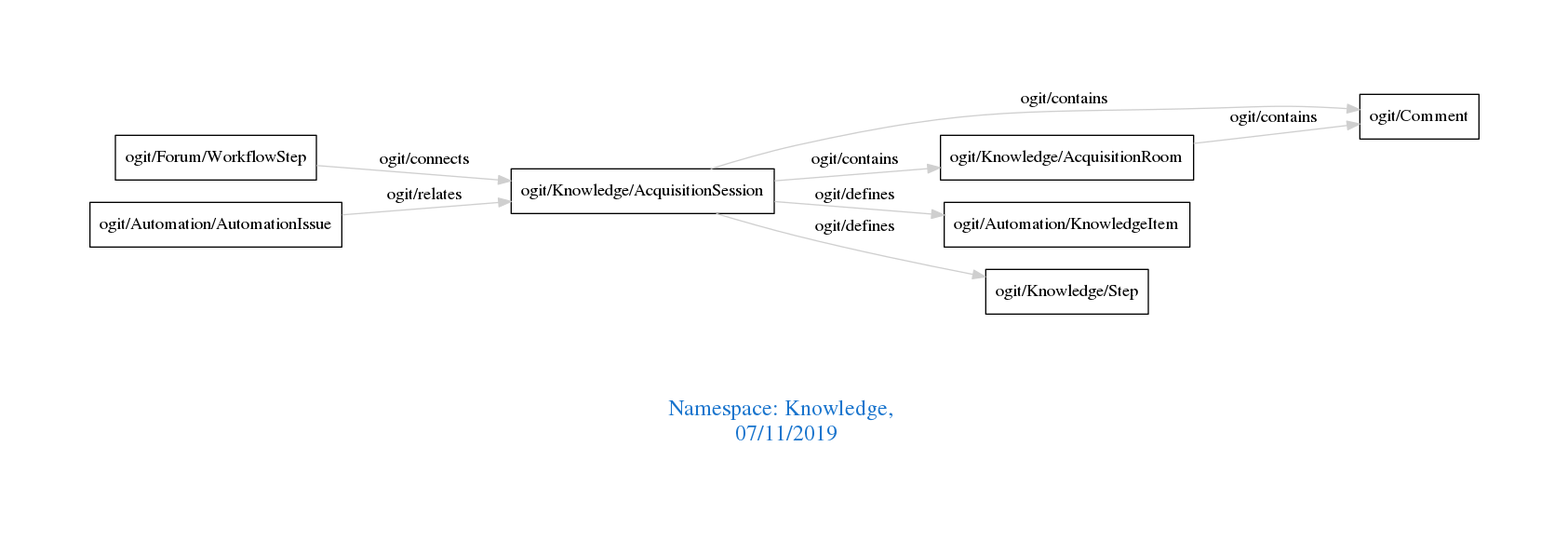
This is downloads/Knowledge.png from arago/OGIT, a Graphviz export, as it was before one commit. Its source is kept beside it as downloads/Knowledge.dot.
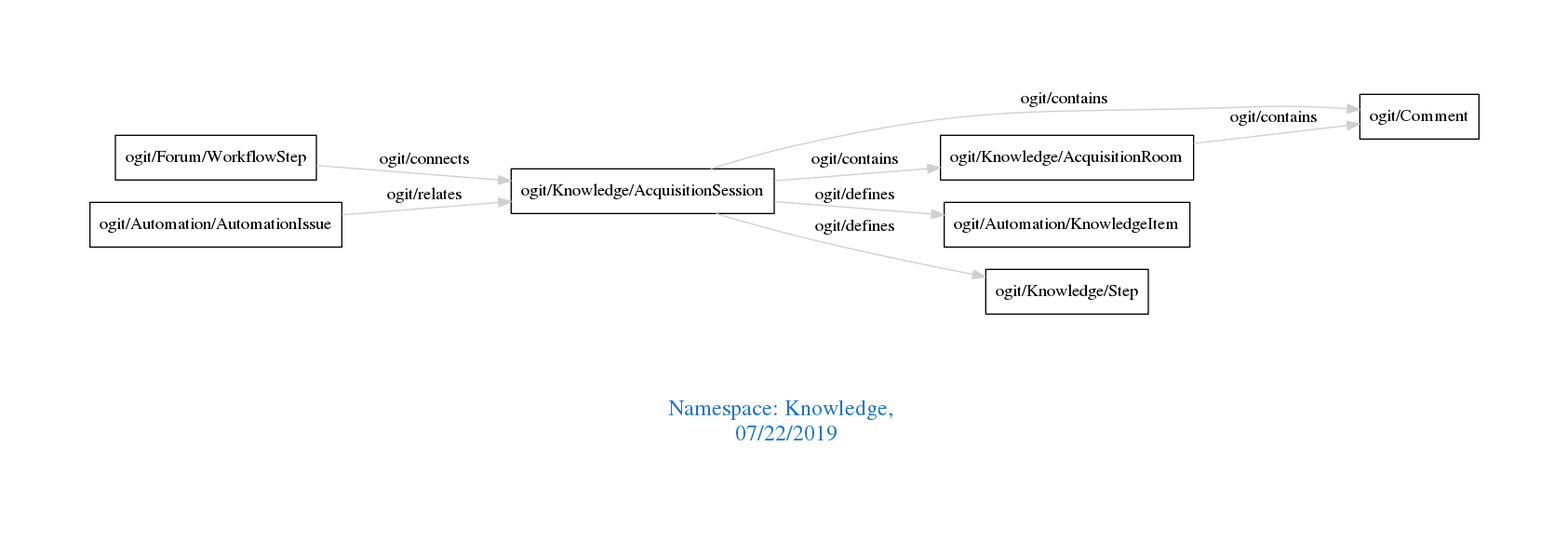
The same diagram one commit later.

The edit, as a diff of the source:
```diff
@@ -1,7 +1,7 @@
 digraph OGIT_ontology {
  graph [ rankdir= LR,pad=1
 fontsize = 18,
-fontcolor= dodgerblue3,label = "\n\n\nNamespace: Knowledge, \n 07/11/2019"];
+fontcolor= dodgerblue3,label = "\n\n\nNamespace: Knowledge, \n 07/22/2019"];
 node[shape=polygon];
 edge [  color="gray81"];
 
```
